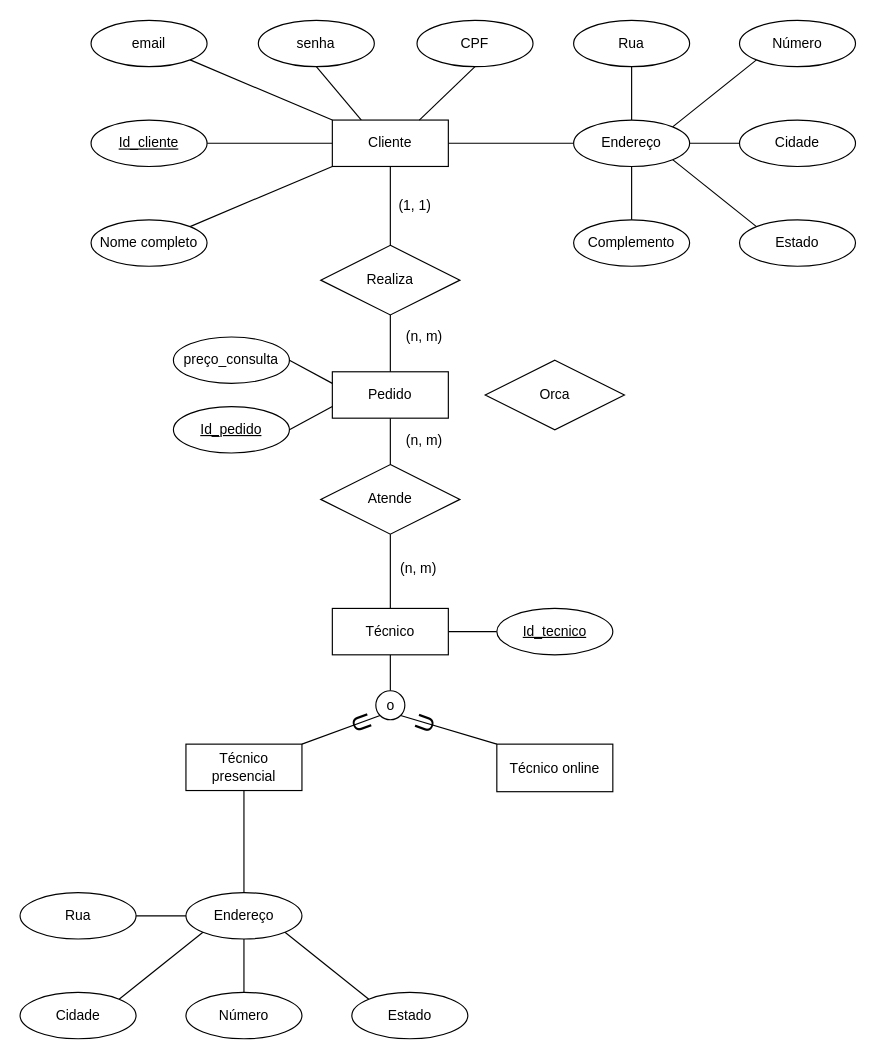
felipepmoreno/Tech-assistanceSoftware keeps this draw.io diagram as page "Diagrama ER" (2 of 4) of Project diagrams and requirements/Tech assistance.drawio. Above is the earlier version. Source tidied: cells renumbered, new cells numbered last; positions are measured from the earlier drawing's top-left corner, leaving out a move shared by most shapes. Both pictures are drawn from the tidied source at 116%, with x=0, y=0 at pixel (20, 20).
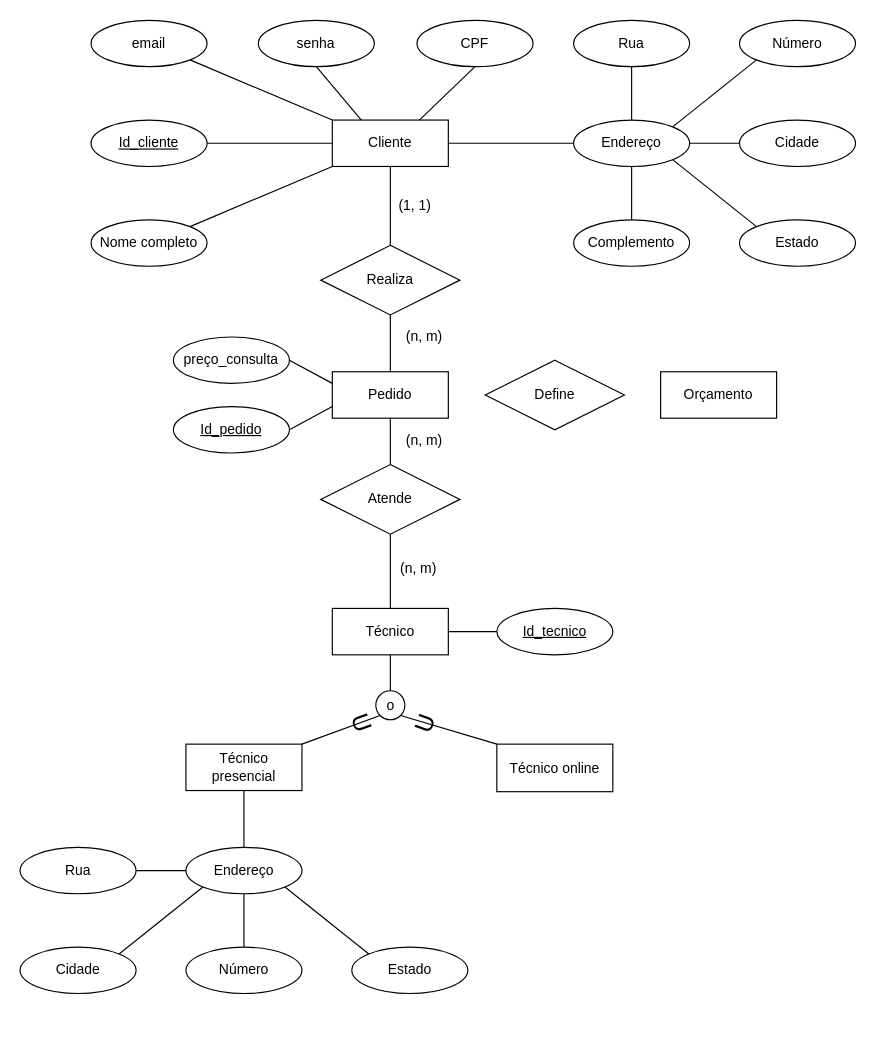
Above is the later version.

The edit, as a diff of the source:
```diff
@@
     <mxCell id="41" value="Endereço" style="ellipse;whiteSpace=wrap;html=1;align=center;" parent="1" vertex="1">
-      <mxGeometry x="142.8" y="752" width="100" height="40" as="geometry" />
+      <mxGeometry x="142.8" y="713" width="100" height="40" as="geometry" />
     </mxCell>
     <mxCell id="42" value="Rua" style="ellipse;whiteSpace=wrap;html=1;align=center;" parent="1" vertex="1">
-      <mxGeometry x="-0.2" y="752" width="100" height="40" as="geometry" />
+      <mxGeometry x="-0.2" y="713" width="100" height="40" as="geometry" />
     </mxCell>
     <mxCell id="43" value="Número" style="ellipse;whiteSpace=wrap;html=1;align=center;" parent="1" vertex="1">
-      <mxGeometry x="142.8" y="838" width="100" height="40" as="geometry" />
+      <mxGeometry x="142.8" y="799" width="100" height="40" as="geometry" />
     </mxCell>
     <mxCell id="44" value="Cidade" style="ellipse;whiteSpace=wrap;html=1;align=center;" parent="1" vertex="1">
-      <mxGeometry x="-0.2" y="838" width="100" height="40" as="geometry" />
+      <mxGeometry x="-0.2" y="799" width="100" height="40" as="geometry" />
     </mxCell>
     <mxCell id="45" value="Estado" style="ellipse;whiteSpace=wrap;html=1;align=center;" parent="1" vertex="1">
-      <mxGeometry x="285.8" y="838" width="100" height="40" as="geometry" />
+      <mxGeometry x="285.8" y="799" width="100" height="40" as="geometry" />
     </mxCell>
@@
-    <mxCell id="61" value="Orca" style="shape=rhombus;perimeter=rhombusPerimeter;whiteSpace=wrap;html=1;align=center;" parent="1" vertex="1">
+    <mxCell id="61" value="Define" style="shape=rhombus;perimeter=rhombusPerimeter;whiteSpace=wrap;html=1;align=center;" parent="1" vertex="1">
       <mxGeometry x="400.8" y="293" width="120" height="60" as="geometry" />
     </mxCell>
+    <mxCell id="62" value="Orçamento" style="whiteSpace=wrap;html=1;align=center;" parent="1" vertex="1">
+      <mxGeometry x="552" y="303" width="100" height="40" as="geometry" />
+    </mxCell>
```
